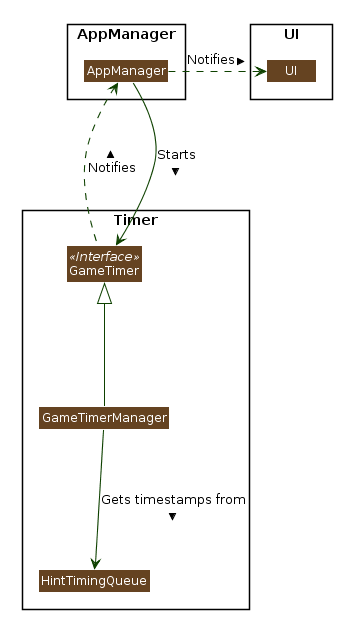
Above: docs/images/TimerClassDiagram.png in nus-cs2103-AY1920S1/addressbook-level3 (PlantUML), before the change.
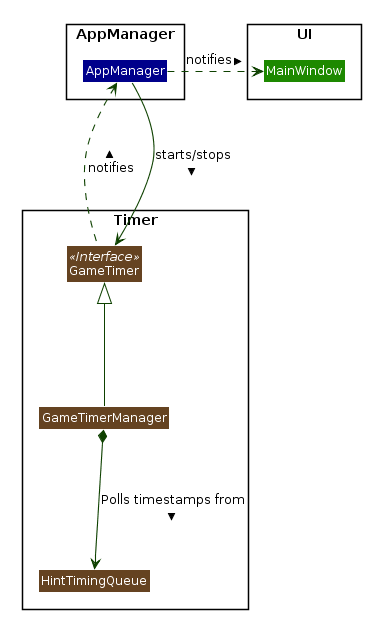
The same diagram one commit later.

Commit message:
Updated Timer diagrams

Change to the diagram source:
```diff
@@ -1,4 +1,7 @@
 @startuml
+
+
+
 
 
 
@@ -50,7 +53,6 @@
 hide circle
 
 
-
 skinparam arrowThickness 1.1
 skinparam arrowColor #0E4100
 skinparam classBackgroundColor #654321
@@ -71,7 +73,7 @@
 
 package AppManager <<Rectangle>> {
 
-Class AppManager{
+Class AppManager #00008B{
 
 }
 
@@ -79,16 +81,17 @@
 
 package UI <<Rectangle>> {
 
-Class UI {
+Class MainWindow #1D8900{
 
 }
 
 }
 
 
-GameTimerManager --down-> HintTimingQueue : Gets timestamps from >
+
+GameTimerManager *--down-> HintTimingQueue : Polls timestamps from >
 GameTimerManager --up-|> GameTimer
-GameTimer .up..> AppManager : Notifies >
-AppManager -down--> GameTimer : Starts >
-AppManager .right..> UI : Notifies >
+GameTimer .up..> AppManager : notifies >
+AppManager -down--> GameTimer : starts/stops >
+AppManager .right..> MainWindow : notifies >
 @enduml
```
